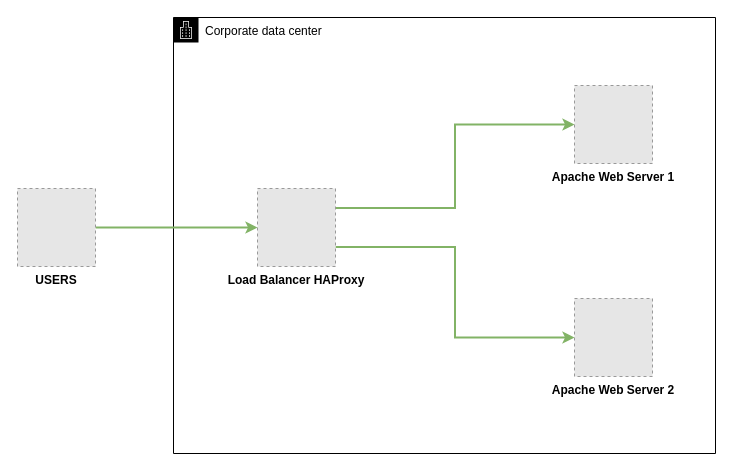
francotel/loadbalancer-haproxy-vagrant keeps this draw.io diagram as drawio/loadbalancer-local.drawio. Above is the earlier version. Source tidied: cells renumbered, new cells numbered last; positions are measured from the earlier drawing's top-left corner, leaving out a move shared by most shapes. Both pictures are drawn from the tidied source at 100%, with x=0, y=0 at pixel (17, 17). Pictures stored in the file or linked from it are replaced by grey dashed boxes.
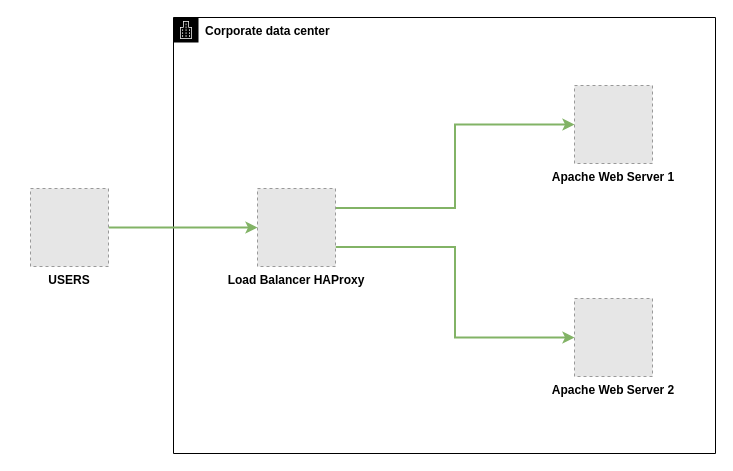
Above is the later version.

Change to the diagram source:
```diff
@@
 <mxGraphModel>
   <root>
     <mxCell id="0" />
     <mxCell id="1" parent="0" />
-    <mxCell id="2" value="Corporate data center" style="html=1;whiteSpace=wrap;fontSize=12;fontStyle=0;shape=mxgraph.aws4.group;grIcon=mxgraph.aws4.group_corporate_data_center;verticalAlign=top;align=left;spacingLeft=30;dashed=0;" parent="1" vertex="1">
+    <mxCell id="2" value="Corporate data center" style="html=1;whiteSpace=wrap;fontSize=12;fontStyle=1;shape=mxgraph.aws4.group;grIcon=mxgraph.aws4.group_corporate_data_center;verticalAlign=top;align=left;spacingLeft=30;dashed=0;" parent="1" vertex="1">
       <mxGeometry x="156" width="542" height="436" as="geometry" />
     </mxCell>
     <mxCell id="3" value="Apache Web Server 1" style="fillColor=#E6E6E6;strokeColor=#999999;dashed=1;verticalLabelPosition=bottom;labelBackgroundColor=none;verticalAlign=top;fontStyle=1;" parent="2" vertex="1">
       <mxGeometry x="401" y="68" width="78" height="78" as="geometry" />
     </mxCell>
     <mxCell id="4" value="Apache Web Server 2" style="fillColor=#E6E6E6;strokeColor=#999999;dashed=1;verticalLabelPosition=bottom;labelBackgroundColor=none;verticalAlign=top;fontStyle=1;" parent="2" vertex="1">
       <mxGeometry x="401" y="281" width="78" height="78" as="geometry" />
     </mxCell>
     <mxCell id="5" style="edgeStyle=orthogonalEdgeStyle;rounded=0;jettySize=auto;html=1;exitX=1;exitY=0.25;exitDx=0;exitDy=0;entryX=0;entryY=0.5;entryDx=0;entryDy=0;fillColor=#d5e8d4;strokeColor=#82b366;strokeWidth=2;" parent="1" edge="1" source="7" target="3">
       <mxGeometry relative="1" as="geometry" />
     </mxCell>
     <mxCell id="6" style="edgeStyle=orthogonalEdgeStyle;rounded=0;jettySize=auto;html=1;exitX=1;exitY=0.75;exitDx=0;exitDy=0;entryX=0;entryY=0.5;entryDx=0;entryDy=0;strokeWidth=2;fillColor=#d5e8d4;strokeColor=#82b366;" parent="1" edge="1" source="7" target="4">
       <mxGeometry relative="1" as="geometry" />
     </mxCell>
     <mxCell id="7" value="Load Balancer HAProxy" style="fillColor=#E6E6E6;strokeColor=#999999;dashed=1;verticalLabelPosition=bottom;labelBackgroundColor=none;verticalAlign=top;fontStyle=1;" parent="1" vertex="1">
       <mxGeometry x="240" y="171" width="78" height="78" as="geometry" />
     </mxCell>
     <mxCell id="8" style="edgeStyle=orthogonalEdgeStyle;rounded=0;jettySize=auto;html=1;fillColor=#d5e8d4;strokeColor=#82b366;strokeWidth=2;" parent="1" edge="1" source="9" target="7">
       <mxGeometry relative="1" as="geometry" />
     </mxCell>
     <mxCell id="9" value="USERS" style="fillColor=#E6E6E6;strokeColor=#999999;dashed=1;verticalLabelPosition=bottom;labelBackgroundColor=default;verticalAlign=top;fontStyle=1;" parent="1" vertex="1">
-      <mxGeometry y="171" width="78" height="78" as="geometry" />
+      <mxGeometry x="13" y="171" width="78" height="78" as="geometry" />
     </mxCell>
   </root>
 </mxGraphModel>
```
